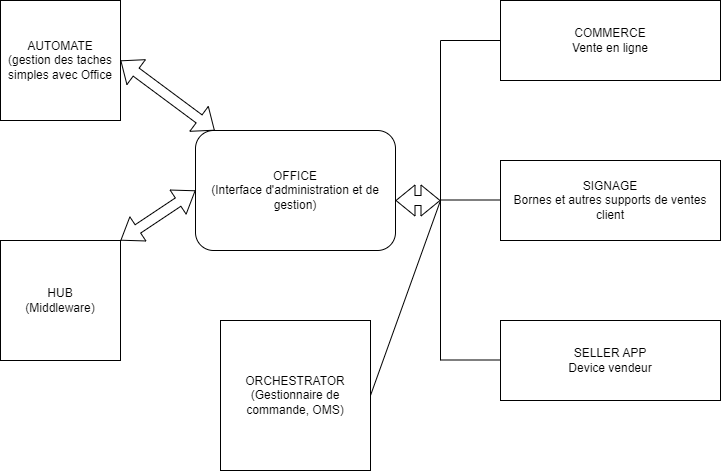
This is fr-frv2/ressources/architecture.png from altazion/altazion-aide, a draw.io export, as it was before one commit. Source tidied: cells renumbered, new cells last; positions are measured from the earlier drawing's top-left corner, leaving out a move shared by most shapes.
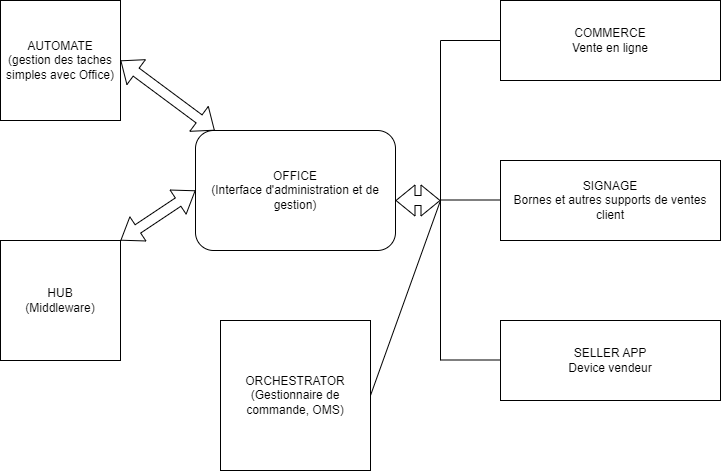
Later version of the same file.

Diff of the diagram source:
```diff
@@ -17,7 +17,7 @@
     <mxCell id="6" value="SELLER APP&lt;br&gt;Device vendeur" style="rounded=0;whiteSpace=wrap;html=1;" parent="1" vertex="1">
       <mxGeometry x="500" y="320" width="220" height="80" as="geometry" />
     </mxCell>
-    <mxCell id="7" value="AUTOMATE&lt;br&gt;(gestion des taches simples avec Office" style="whiteSpace=wrap;html=1;" parent="1" vertex="1">
+    <mxCell id="7" value="AUTOMATE&lt;br&gt;(gestion des taches simples avec Office)" style="whiteSpace=wrap;html=1;" parent="1" vertex="1">
       <mxGeometry width="120" height="120" as="geometry" />
     </mxCell>
     <mxCell id="8" value="OFFICE&lt;br style=&quot;border-color: var(--border-color);&quot;&gt;(Interface d'administration et de gestion)" style="rounded=1;whiteSpace=wrap;html=1;" parent="1" vertex="1">
```
